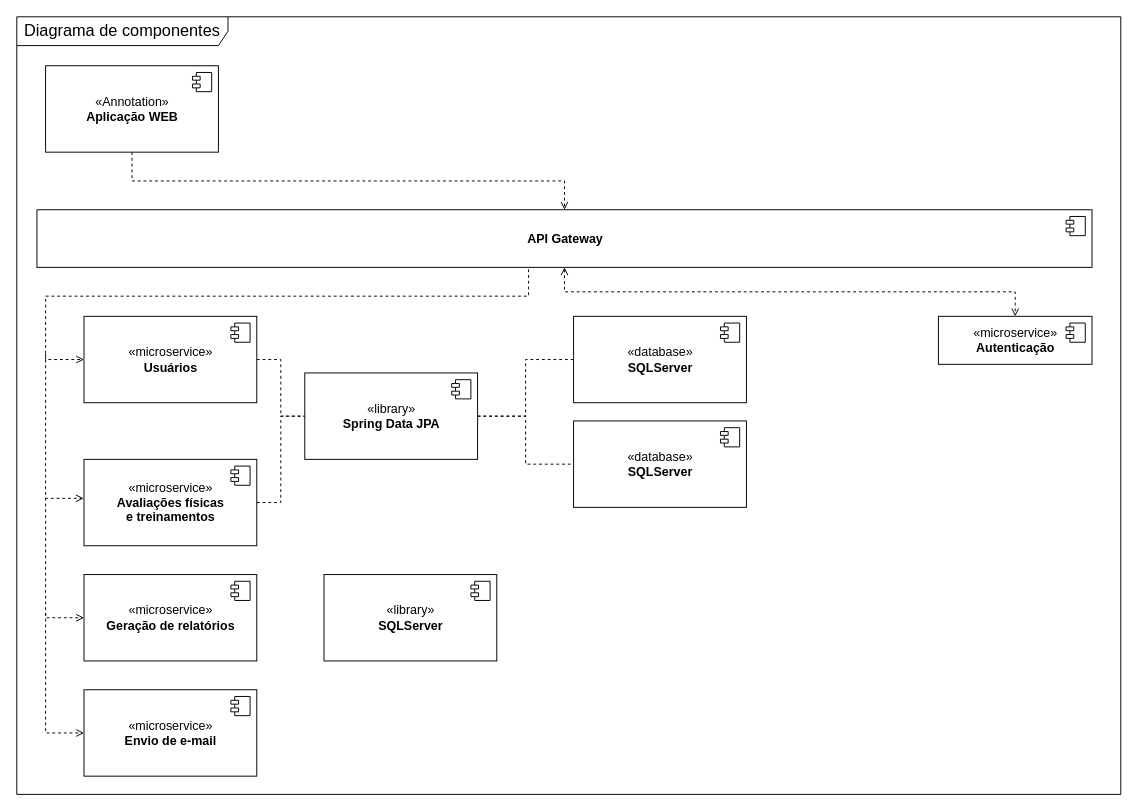
carloshsjbv/pucminas keeps this draw.io diagram as page "Component" (3 of 3) of docs/diagramas.drawio. Above is the earlier version. Source tidied: cells renumbered, new cells numbered last; positions are measured from the earlier drawing's top-left corner, leaving out a move shared by most shapes. Both pictures are drawn from the tidied source at 96%, with x=0, y=0 at pixel (16, 16).
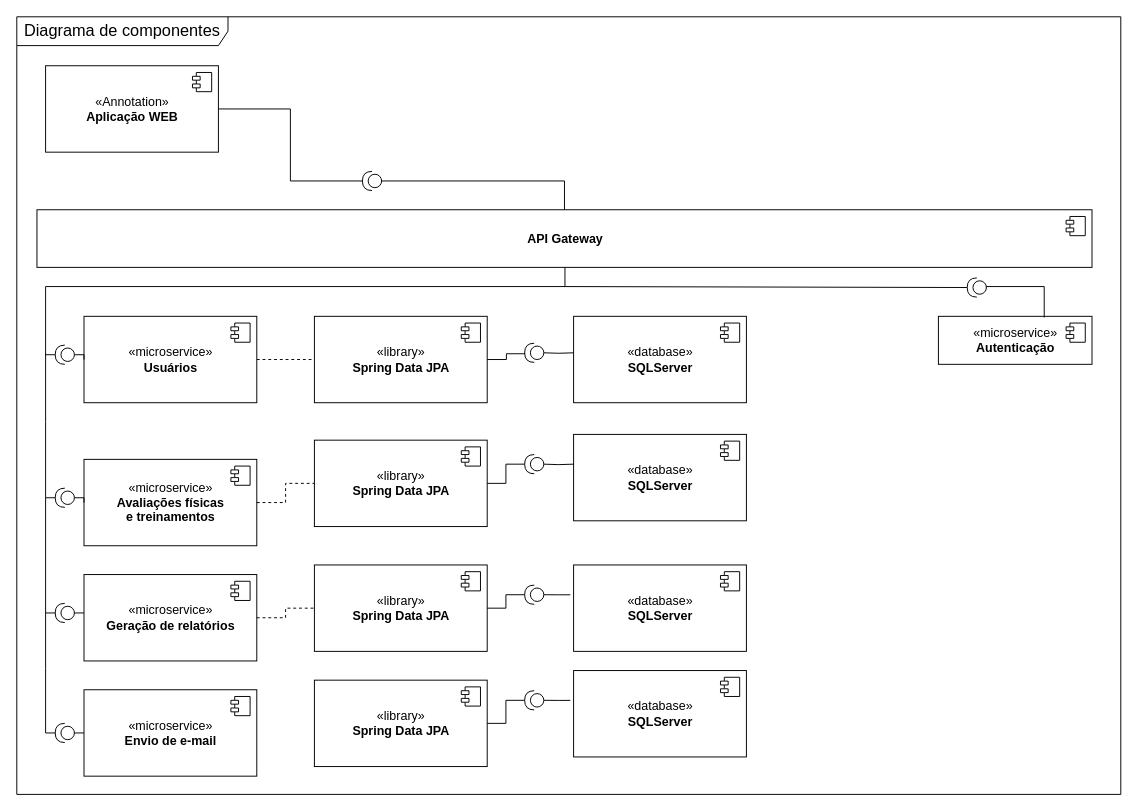
The same diagram, later.

Commit message:
alterando interfaces de comunicação entre os serviços

The change refers to these unchanged cells:
```xml
<mxCell id="4" value="«Annotation»&lt;br&gt;&lt;b&gt;Aplicação WEB&lt;/b&gt;" style="html=1;fontSize=13;" parent="1" vertex="1">
  <mxGeometry x="30" y="51" width="180" height="90" as="geometry" />
</mxCell>
<mxCell id="8" value="&lt;b&gt;API Gateway&lt;/b&gt;" style="html=1;fontSize=13;" parent="1" vertex="1">
  <mxGeometry x="21" y="201" width="1099" height="60" as="geometry" />
</mxCell>
<mxCell id="11" value="«microservice»&lt;br&gt;&lt;b&gt;Usuários&lt;/b&gt;" style="html=1;fontSize=13;" parent="1" vertex="1">
  <mxGeometry x="70" y="312" width="180" height="90" as="geometry" />
</mxCell>
<mxCell id="14" value="«microservice»&lt;br&gt;&lt;b&gt;Avaliações físicas &lt;br&gt;e treinamentos&lt;/b&gt;" style="html=1;fontSize=13;" parent="1" vertex="1">
  <mxGeometry x="70" y="461" width="180" height="90" as="geometry" />
</mxCell>
<mxCell id="16" value="«microservice»&lt;br&gt;&lt;b&gt;Geração de relatórios&lt;/b&gt;" style="html=1;fontSize=13;" parent="1" vertex="1">
  <mxGeometry x="70" y="581" width="180" height="90" as="geometry" />
</mxCell>
<mxCell id="18" value="«microservice»&lt;br&gt;&lt;b&gt;Envio de e-mail&lt;/b&gt;" style="html=1;fontSize=13;" parent="1" vertex="1">
  <mxGeometry x="70" y="701" width="180" height="90" as="geometry" />
</mxCell>
<mxCell id="20" value="«microservice»&lt;br&gt;&lt;b&gt;Autenticação&lt;/b&gt;" style="html=1;fontSize=13;" parent="1" vertex="1">
  <mxGeometry x="960" y="312" width="160" height="50" as="geometry" />
</mxCell>
<mxCell id="26" value="«database»&lt;br&gt;&lt;b&gt;SQLServer&lt;/b&gt;" style="html=1;fontSize=13;" parent="1" vertex="1">
  <mxGeometry x="580" y="312" width="180" height="90" as="geometry" />
</mxCell>
```

The edit, as a diff of the source:
```diff
@@
-    <mxCell id="3" style="edgeStyle=orthogonalEdgeStyle;rounded=0;jettySize=auto;html=1;dashed=1;startArrow=none;startFill=0;endArrow=open;endFill=0;" parent="1" edge="1" source="4" target="8">
-      <mxGeometry relative="1" as="geometry" />
-    </mxCell>
@@
-    <mxCell id="6" style="edgeStyle=orthogonalEdgeStyle;rounded=0;jettySize=auto;html=1;entryX=0.5;entryY=0;entryDx=0;entryDy=0;endArrow=open;endFill=0;dashed=1;startArrow=open;startFill=0;" parent="1" edge="1" source="8" target="20">
-      <mxGeometry relative="1" as="geometry" />
-    </mxCell>
-    <mxCell id="7" style="edgeStyle=orthogonalEdgeStyle;rounded=0;jettySize=auto;html=1;entryX=0;entryY=0.5;entryDx=0;entryDy=0;dashed=1;endArrow=open;endFill=0;exitX=0.466;exitY=1.033;exitDx=0;exitDy=0;exitPerimeter=0;" parent="1" edge="1" source="8" target="11">
-      <mxGeometry relative="1" as="geometry">
-        <Array as="points">
-          <mxPoint x="533" y="291" />
-          <mxPoint x="30" y="291" />
-          <mxPoint x="30" y="357" />
-        </Array>
-      </mxGeometry>
-    </mxCell>
@@
-    <mxCell id="13" style="edgeStyle=orthogonalEdgeStyle;rounded=0;jettySize=auto;html=1;entryX=0;entryY=0.5;entryDx=0;entryDy=0;fontSize=17;endArrow=none;endFill=0;dashed=1;" parent="1" edge="1" source="14" target="24">
-      <mxGeometry relative="1" as="geometry" />
-    </mxCell>
@@
-    <mxCell id="22" style="edgeStyle=orthogonalEdgeStyle;rounded=0;jettySize=auto;html=1;entryX=0;entryY=0.5;entryDx=0;entryDy=0;dashed=1;fontSize=17;endArrow=none;endFill=0;" parent="1" edge="1" source="24" target="26">
-      <mxGeometry relative="1" as="geometry" />
-    </mxCell>
-    <mxCell id="23" style="edgeStyle=orthogonalEdgeStyle;rounded=0;jettySize=auto;html=1;entryX=0;entryY=0.5;entryDx=0;entryDy=0;dashed=1;fontSize=17;endArrow=none;endFill=0;" parent="1" edge="1" source="24" target="28">
-      <mxGeometry relative="1" as="geometry" />
-    </mxCell>
     <mxCell id="24" value="«library»&lt;b&gt;&lt;br&gt;Spring Data JPA&lt;/b&gt;" style="html=1;fontSize=13;" parent="1" vertex="1">
-      <mxGeometry x="300" y="371" width="180" height="90" as="geometry" />
+      <mxGeometry x="310" y="312" width="180" height="90" as="geometry" />
     </mxCell>
@@
     <mxCell id="28" value="«database»&lt;br&gt;&lt;b&gt;SQLServer&lt;/b&gt;" style="html=1;fontSize=13;" parent="1" vertex="1">
-      <mxGeometry x="580" y="421" width="180" height="90" as="geometry" />
+      <mxGeometry x="580" y="435" width="180" height="90" as="geometry" />
     </mxCell>
@@
-    <mxCell id="30" style="edgeStyle=orthogonalEdgeStyle;rounded=0;jettySize=auto;html=1;dashed=1;endArrow=open;endFill=0;entryX=-0.002;entryY=0.451;entryDx=0;entryDy=0;entryPerimeter=0;" parent="1" edge="1" target="14">
-      <mxGeometry relative="1" as="geometry">
-        <mxPoint x="30" y="351" as="sourcePoint" />
-        <Array as="points">
-          <mxPoint x="30" y="502" />
-        </Array>
-      </mxGeometry>
-    </mxCell>
-    <mxCell id="31" style="edgeStyle=orthogonalEdgeStyle;rounded=0;jettySize=auto;html=1;entryX=0;entryY=0.5;entryDx=0;entryDy=0;dashed=1;endArrow=open;endFill=0;" parent="1" edge="1" target="16">
-      <mxGeometry relative="1" as="geometry">
-        <mxPoint x="30" y="501" as="sourcePoint" />
-        <Array as="points">
-          <mxPoint x="30" y="626" />
-        </Array>
-      </mxGeometry>
-    </mxCell>
-    <mxCell id="32" style="edgeStyle=orthogonalEdgeStyle;rounded=0;jettySize=auto;html=1;dashed=1;endArrow=open;endFill=0;entryX=0;entryY=0.5;entryDx=0;entryDy=0;" parent="1" edge="1" target="18">
-      <mxGeometry relative="1" as="geometry">
-        <mxPoint x="30" y="621" as="sourcePoint" />
-        <Array as="points">
-          <mxPoint x="30" y="746" />
-        </Array>
-      </mxGeometry>
-    </mxCell>
-    <mxCell id="33" value="«library»&lt;br&gt;&lt;b&gt;SQLServer&lt;/b&gt;" style="html=1;fontSize=13;" parent="1" vertex="1">
-      <mxGeometry x="320" y="581" width="180" height="90" as="geometry" />
-    </mxCell>
-    <mxCell id="34" style="shape=module;jettyWidth=8;jettyHeight=4;fontSize=13;" parent="33" vertex="1">
-      <mxGeometry x="1" width="20" height="20" relative="1" as="geometry">
-        <mxPoint x="-27" y="7" as="offset" />
-      </mxGeometry>
-    </mxCell>
+    <mxCell id="35" style="shape=providedRequiredInterface;html=1;verticalLabelPosition=bottom;sketch=0;rotation=-180;" parent="1" vertex="1">
+      <mxGeometry x="360" y="161" width="20" height="20" as="geometry" />
+    </mxCell>
+    <mxCell id="36" style="shape=providedRequiredInterface;html=1;verticalLabelPosition=bottom;sketch=0;rotation=-180;" parent="1" vertex="1">
+      <mxGeometry x="40" y="342" width="20" height="20" as="geometry" />
+    </mxCell>
+    <mxCell id="37" style="shape=providedRequiredInterface;html=1;verticalLabelPosition=bottom;sketch=0;rotation=-180;" parent="1" vertex="1">
+      <mxGeometry x="40" y="491" width="20" height="20" as="geometry" />
+    </mxCell>
+    <mxCell id="38" style="shape=providedRequiredInterface;html=1;verticalLabelPosition=bottom;sketch=0;rotation=-180;" parent="1" vertex="1">
+      <mxGeometry x="40" y="611" width="20" height="20" as="geometry" />
+    </mxCell>
+    <mxCell id="39" style="shape=providedRequiredInterface;html=1;verticalLabelPosition=bottom;sketch=0;rotation=-180;" parent="1" vertex="1">
+      <mxGeometry x="40" y="736" width="20" height="20" as="geometry" />
+    </mxCell>
+    <mxCell id="40" style="endArrow=none;html=1;edgeStyle=orthogonalEdgeStyle;rounded=0;exitX=1;exitY=0.5;exitDx=0;exitDy=0;entryX=1;entryY=0.5;entryDx=0;entryDy=0;entryPerimeter=0;" parent="1" edge="1" source="4" target="35">
+      <mxGeometry relative="1" as="geometry" />
+    </mxCell>
+    <mxCell id="41" style="endArrow=none;html=1;edgeStyle=orthogonalEdgeStyle;rounded=0;exitX=0;exitY=0.5;exitDx=0;exitDy=0;exitPerimeter=0;" parent="1" edge="1" source="35" target="8">
+      <mxGeometry relative="1" as="geometry" />
+    </mxCell>
+    <mxCell id="42" style="endArrow=none;html=1;edgeStyle=orthogonalEdgeStyle;rounded=0;exitX=1;exitY=0.5;exitDx=0;exitDy=0;exitPerimeter=0;" parent="1" edge="1" source="36" target="8">
+      <mxGeometry relative="1" as="geometry">
+        <Array as="points">
+          <mxPoint x="30" y="352" />
+          <mxPoint x="30" y="281" />
+          <mxPoint x="571" y="281" />
+        </Array>
+      </mxGeometry>
+    </mxCell>
+    <mxCell id="43" style="endArrow=none;html=1;edgeStyle=orthogonalEdgeStyle;rounded=0;exitX=1;exitY=0.5;exitDx=0;exitDy=0;exitPerimeter=0;" parent="1" edge="1" source="37">
+      <mxGeometry relative="1" as="geometry">
+        <mxPoint x="30" y="351" as="targetPoint" />
+      </mxGeometry>
+    </mxCell>
+    <mxCell id="44" style="endArrow=none;html=1;edgeStyle=orthogonalEdgeStyle;rounded=0;exitX=1;exitY=0.5;exitDx=0;exitDy=0;exitPerimeter=0;" parent="1" edge="1" source="38">
+      <mxGeometry relative="1" as="geometry">
+        <mxPoint x="30" y="501" as="targetPoint" />
+      </mxGeometry>
+    </mxCell>
+    <mxCell id="45" style="endArrow=none;html=1;edgeStyle=orthogonalEdgeStyle;rounded=0;exitX=1;exitY=0.5;exitDx=0;exitDy=0;exitPerimeter=0;" parent="1" edge="1" source="39">
+      <mxGeometry relative="1" as="geometry">
+        <mxPoint x="30" y="621" as="targetPoint" />
+      </mxGeometry>
+    </mxCell>
+    <mxCell id="46" style="endArrow=none;html=1;edgeStyle=orthogonalEdgeStyle;rounded=0;exitX=0;exitY=0.5;exitDx=0;exitDy=0;exitPerimeter=0;entryX=0;entryY=0.5;entryDx=0;entryDy=0;" parent="1" edge="1" source="36" target="11">
+      <mxGeometry relative="1" as="geometry" />
+    </mxCell>
+    <mxCell id="47" style="endArrow=none;html=1;edgeStyle=orthogonalEdgeStyle;rounded=0;exitX=0;exitY=0.5;exitDx=0;exitDy=0;exitPerimeter=0;entryX=0;entryY=0.5;entryDx=0;entryDy=0;" parent="1" edge="1" source="37" target="14">
+      <mxGeometry relative="1" as="geometry" />
+    </mxCell>
+    <mxCell id="48" style="endArrow=none;html=1;edgeStyle=orthogonalEdgeStyle;rounded=0;exitX=0;exitY=0.5;exitDx=0;exitDy=0;exitPerimeter=0;" parent="1" edge="1" source="38">
+      <mxGeometry relative="1" as="geometry">
+        <mxPoint x="70" y="621" as="targetPoint" />
+      </mxGeometry>
+    </mxCell>
+    <mxCell id="49" style="endArrow=none;html=1;edgeStyle=orthogonalEdgeStyle;rounded=0;exitX=0;exitY=0.5;exitDx=0;exitDy=0;exitPerimeter=0;" parent="1" edge="1">
+      <mxGeometry relative="1" as="geometry">
+        <mxPoint x="60" y="746" as="sourcePoint" />
+        <mxPoint x="70" y="746" as="targetPoint" />
+      </mxGeometry>
+    </mxCell>
+    <mxCell id="50" style="shape=providedRequiredInterface;html=1;verticalLabelPosition=bottom;sketch=0;rotation=-180;" parent="1" vertex="1">
+      <mxGeometry x="529" y="340" width="20" height="20" as="geometry" />
+    </mxCell>
+    <mxCell id="51" style="endArrow=none;html=1;edgeStyle=orthogonalEdgeStyle;rounded=0;entryX=0;entryY=0.5;entryDx=0;entryDy=0;entryPerimeter=0;" parent="1" edge="1" target="50">
+      <mxGeometry relative="1" as="geometry">
+        <mxPoint x="580" y="350" as="sourcePoint" />
+      </mxGeometry>
+    </mxCell>
+    <mxCell id="52" style="shape=providedRequiredInterface;html=1;verticalLabelPosition=bottom;sketch=0;rotation=-180;" parent="1" vertex="1">
+      <mxGeometry x="529" y="456" width="20" height="20" as="geometry" />
+    </mxCell>
+    <mxCell id="53" style="endArrow=none;html=1;edgeStyle=orthogonalEdgeStyle;rounded=0;entryX=0;entryY=0.5;entryDx=0;entryDy=0;entryPerimeter=0;" parent="1" edge="1" target="52">
+      <mxGeometry relative="1" as="geometry">
+        <mxPoint x="580" y="466" as="sourcePoint" />
+      </mxGeometry>
+    </mxCell>
+    <mxCell id="54" style="shape=providedRequiredInterface;html=1;verticalLabelPosition=bottom;sketch=0;rotation=-180;" parent="1" vertex="1">
+      <mxGeometry x="990" y="272" width="20" height="20" as="geometry" />
+    </mxCell>
+    <mxCell id="55" style="endArrow=none;html=1;edgeStyle=orthogonalEdgeStyle;rounded=0;entryX=1;entryY=0.5;entryDx=0;entryDy=0;entryPerimeter=0;" parent="1" edge="1" target="54">
+      <mxGeometry relative="1" as="geometry">
+        <mxPoint x="570" y="281" as="sourcePoint" />
+        <Array as="points">
+          <mxPoint x="990" y="281" />
+        </Array>
+      </mxGeometry>
+    </mxCell>
+    <mxCell id="56" style="endArrow=none;html=1;edgeStyle=orthogonalEdgeStyle;rounded=0;entryX=0.689;entryY=0.025;entryDx=0;entryDy=0;entryPerimeter=0;exitX=0;exitY=0.5;exitDx=0;exitDy=0;exitPerimeter=0;" parent="1" edge="1" source="54" target="20">
+      <mxGeometry relative="1" as="geometry">
+        <Array as="points">
+          <mxPoint x="1010" y="281" />
+          <mxPoint x="1070" y="281" />
+        </Array>
+      </mxGeometry>
+    </mxCell>
+    <mxCell id="57" style="endArrow=none;html=1;edgeStyle=orthogonalEdgeStyle;rounded=0;exitX=1;exitY=0.5;exitDx=0;exitDy=0;exitPerimeter=0;" parent="1" edge="1" source="50" target="24">
+      <mxGeometry relative="1" as="geometry">
+        <Array as="points">
+          <mxPoint x="529" y="351" />
+          <mxPoint x="510" y="351" />
+          <mxPoint x="510" y="357" />
+        </Array>
+      </mxGeometry>
+    </mxCell>
+    <mxCell id="58" value="«library»&lt;b&gt;&lt;br&gt;Spring Data JPA&lt;/b&gt;" style="html=1;fontSize=13;" parent="1" vertex="1">
+      <mxGeometry x="310" y="441" width="180" height="90" as="geometry" />
+    </mxCell>
+    <mxCell id="59" style="shape=module;jettyWidth=8;jettyHeight=4;fontSize=13;" parent="58" vertex="1">
+      <mxGeometry x="1" width="20" height="20" relative="1" as="geometry">
+        <mxPoint x="-27" y="7" as="offset" />
+      </mxGeometry>
+    </mxCell>
+    <mxCell id="60" style="endArrow=none;html=1;edgeStyle=orthogonalEdgeStyle;rounded=0;entryX=1;entryY=0.5;entryDx=0;entryDy=0;exitX=1;exitY=0.5;exitDx=0;exitDy=0;exitPerimeter=0;" parent="1" edge="1" source="52" target="58">
+      <mxGeometry relative="1" as="geometry" />
+    </mxCell>
+    <mxCell id="61" style="edgeStyle=orthogonalEdgeStyle;rounded=0;jettySize=auto;html=1;fontSize=17;entryX=0;entryY=0.5;entryDx=0;entryDy=0;endArrow=none;endFill=0;dashed=1;" parent="1" edge="1" source="14" target="58">
+      <mxGeometry relative="1" as="geometry" />
+    </mxCell>
+    <mxCell id="62" value="«library»&lt;b&gt;&lt;br&gt;Spring Data JPA&lt;/b&gt;" style="html=1;fontSize=13;" parent="1" vertex="1">
+      <mxGeometry x="310" y="571" width="180" height="90" as="geometry" />
+    </mxCell>
+    <mxCell id="63" style="shape=module;jettyWidth=8;jettyHeight=4;fontSize=13;" parent="62" vertex="1">
+      <mxGeometry x="1" width="20" height="20" relative="1" as="geometry">
+        <mxPoint x="-27" y="7" as="offset" />
+      </mxGeometry>
+    </mxCell>
+    <mxCell id="64" value="«library»&lt;b&gt;&lt;br&gt;Spring Data JPA&lt;/b&gt;" style="html=1;fontSize=13;" parent="1" vertex="1">
+      <mxGeometry x="310" y="691" width="180" height="90" as="geometry" />
+    </mxCell>
+    <mxCell id="65" style="shape=module;jettyWidth=8;jettyHeight=4;fontSize=13;" parent="64" vertex="1">
+      <mxGeometry x="1" width="20" height="20" relative="1" as="geometry">
+        <mxPoint x="-27" y="7" as="offset" />
+      </mxGeometry>
+    </mxCell>
+    <mxCell id="66" style="edgeStyle=orthogonalEdgeStyle;rounded=0;jettySize=auto;html=1;fontSize=17;endArrow=none;endFill=0;dashed=1;exitX=1;exitY=0.5;exitDx=0;exitDy=0;" parent="1" edge="1" source="16" target="62">
+      <mxGeometry relative="1" as="geometry" />
+    </mxCell>
+    <mxCell id="67" value="«database»&lt;br&gt;&lt;b&gt;SQLServer&lt;/b&gt;" style="html=1;fontSize=13;" parent="1" vertex="1">
+      <mxGeometry x="580" y="571" width="180" height="90" as="geometry" />
+    </mxCell>
+    <mxCell id="68" style="shape=module;jettyWidth=8;jettyHeight=4;fontSize=13;" parent="67" vertex="1">
+      <mxGeometry x="1" width="20" height="20" relative="1" as="geometry">
+        <mxPoint x="-27" y="7" as="offset" />
+      </mxGeometry>
+    </mxCell>
+    <mxCell id="69" style="shape=providedRequiredInterface;html=1;verticalLabelPosition=bottom;sketch=0;rotation=-180;" parent="1" vertex="1">
+      <mxGeometry x="529" y="592" width="20" height="20" as="geometry" />
+    </mxCell>
+    <mxCell id="70" style="endArrow=none;html=1;edgeStyle=orthogonalEdgeStyle;rounded=0;entryX=0;entryY=0.5;entryDx=0;entryDy=0;entryPerimeter=0;exitX=-0.019;exitY=0.345;exitDx=0;exitDy=0;exitPerimeter=0;" parent="1" edge="1" source="67" target="69">
+      <mxGeometry relative="1" as="geometry" />
+    </mxCell>
+    <mxCell id="71" value="«database»&lt;br&gt;&lt;b&gt;SQLServer&lt;/b&gt;" style="html=1;fontSize=13;" parent="1" vertex="1">
+      <mxGeometry x="580" y="681" width="180" height="90" as="geometry" />
+    </mxCell>
+    <mxCell id="72" style="shape=module;jettyWidth=8;jettyHeight=4;fontSize=13;" parent="71" vertex="1">
+      <mxGeometry x="1" width="20" height="20" relative="1" as="geometry">
+        <mxPoint x="-27" y="7" as="offset" />
+      </mxGeometry>
+    </mxCell>
+    <mxCell id="73" style="shape=providedRequiredInterface;html=1;verticalLabelPosition=bottom;sketch=0;rotation=-180;" parent="1" vertex="1">
+      <mxGeometry x="529" y="702" width="20" height="20" as="geometry" />
+    </mxCell>
+    <mxCell id="74" style="endArrow=none;html=1;edgeStyle=orthogonalEdgeStyle;rounded=0;entryX=0;entryY=0.5;entryDx=0;entryDy=0;entryPerimeter=0;exitX=-0.019;exitY=0.345;exitDx=0;exitDy=0;exitPerimeter=0;" parent="1" edge="1" source="71" target="73">
+      <mxGeometry relative="1" as="geometry" />
+    </mxCell>
+    <mxCell id="75" style="endArrow=none;html=1;edgeStyle=orthogonalEdgeStyle;rounded=0;entryX=1;entryY=0.5;entryDx=0;entryDy=0;exitX=1;exitY=0.5;exitDx=0;exitDy=0;exitPerimeter=0;" parent="1" edge="1" source="69" target="62">
+      <mxGeometry relative="1" as="geometry" />
+    </mxCell>
+    <mxCell id="76" style="endArrow=none;html=1;edgeStyle=orthogonalEdgeStyle;rounded=0;entryX=1;entryY=0.5;entryDx=0;entryDy=0;exitX=1;exitY=0.5;exitDx=0;exitDy=0;exitPerimeter=0;" parent="1" edge="1" source="73" target="64">
+      <mxGeometry relative="1" as="geometry" />
+    </mxCell>
```
